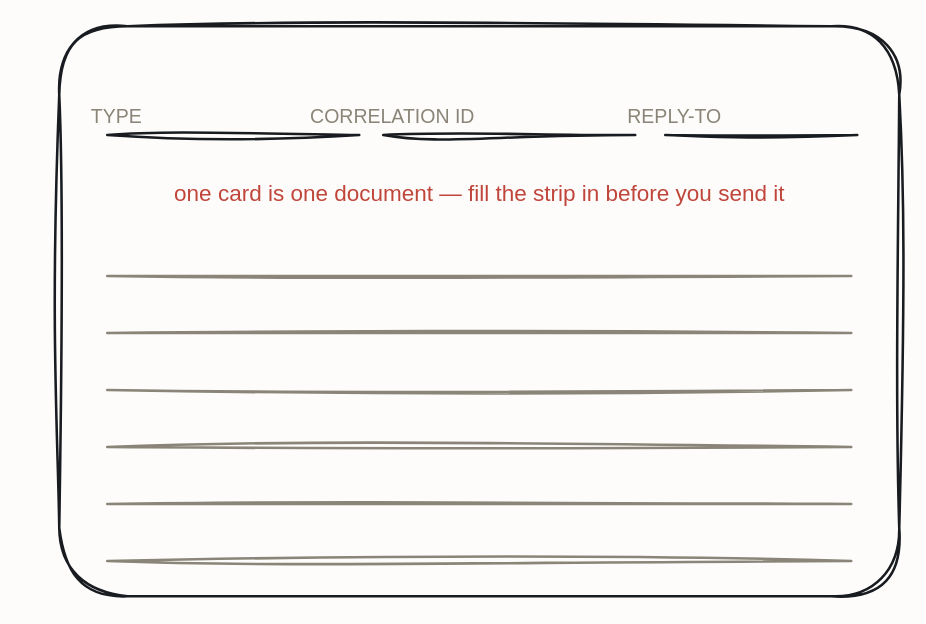
This is resources/paper-document-card.drawio from iancooper/practical-messaging, a draw.io file, before an edit. Source tidied: cells renumbered, new cells numbered last; positions are measured from the earlier drawing's top-left corner, leaving out a move shared by most shapes. Both pictures are drawn from the tidied source at 150%, with x=0, y=0 at pixel (26, 26).
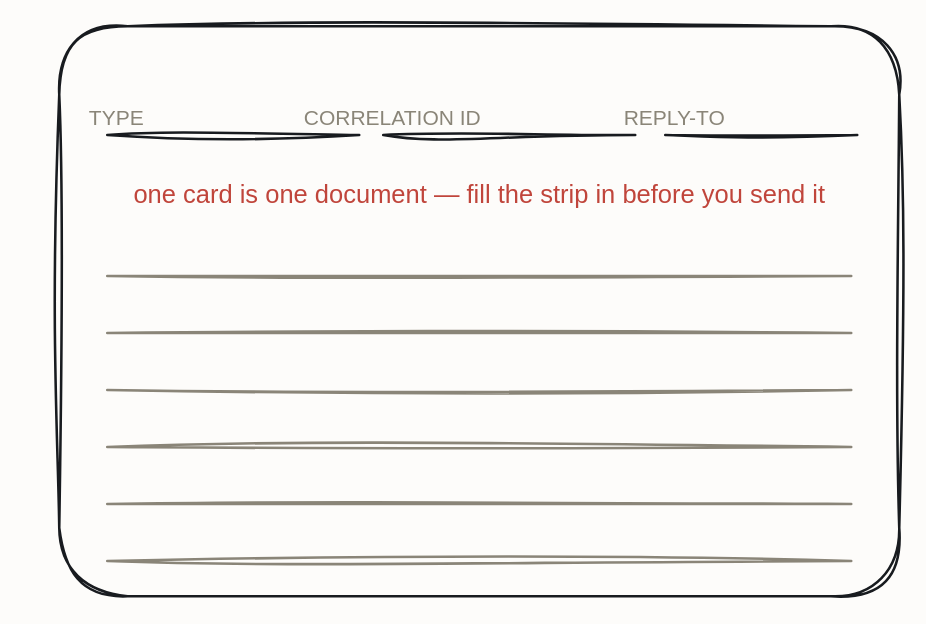
Above is the later version.

The edit, as a diff of the source:
```diff
@@
 <mxGraphModel background="#FDFCFA">
   <root>
     <mxCell id="0" />
     <mxCell id="1" parent="0" />
     <mxCell id="2" style="sketch=1;hachureGap=4;jiggle=2;curveFitting=1;fontFamily=Caveat;html=1;rounded=1;arcSize=12;strokeColor=#181B1F;strokeWidth=1.7;fillColor=none;fontColor=#181B1F;fontSize=15;" parent="1" vertex="1">
       <mxGeometry x="22" width="560" height="380" as="geometry" />
     </mxCell>
-    <mxCell id="3" value="TYPE" style="text;html=1;align=center;fontFamily=Caveat;fontSize=13;fontColor=#8A8578;" parent="1" vertex="1">
+    <mxCell id="3" value="TYPE" style="text;html=1;align=center;fontFamily=Caveat;fontSize=14;fontColor=#8A8578;" parent="1" vertex="1">
       <mxGeometry y="46" width="120" height="20" as="geometry" />
     </mxCell>
     <mxCell id="4" style="sketch=1;hachureGap=4;jiggle=2;curveFitting=1;fontFamily=Caveat;html=1;shape=line;strokeColor=#181B1F;strokeWidth=1.7;fillColor=none;fontColor=#181B1F;fontSize=13;" parent="1" vertex="1">
       <mxGeometry x="54" y="72" width="168" height="1" as="geometry" />
     </mxCell>
-    <mxCell id="5" value="CORRELATION ID" style="text;html=1;align=center;fontFamily=Caveat;fontSize=13;fontColor=#8A8578;" parent="1" vertex="1">
+    <mxCell id="5" value="CORRELATION ID" style="text;html=1;align=center;fontFamily=Caveat;fontSize=14;fontColor=#8A8578;" parent="1" vertex="1">
       <mxGeometry x="184" y="46" width="120" height="20" as="geometry" />
     </mxCell>
     <mxCell id="6" style="sketch=1;hachureGap=4;jiggle=2;curveFitting=1;fontFamily=Caveat;html=1;shape=line;strokeColor=#181B1F;strokeWidth=1.7;fillColor=none;fontColor=#181B1F;fontSize=13;" parent="1" vertex="1">
       <mxGeometry x="238" y="72" width="168" height="1" as="geometry" />
     </mxCell>
-    <mxCell id="7" value="REPLY-TO" style="text;html=1;align=center;fontFamily=Caveat;fontSize=13;fontColor=#8A8578;" parent="1" vertex="1">
+    <mxCell id="7" value="REPLY-TO" style="text;html=1;align=center;fontFamily=Caveat;fontSize=14;fontColor=#8A8578;" parent="1" vertex="1">
       <mxGeometry x="372" y="46" width="120" height="20" as="geometry" />
     </mxCell>
     <mxCell id="8" style="sketch=1;hachureGap=4;jiggle=2;curveFitting=1;fontFamily=Caveat;html=1;shape=line;strokeColor=#181B1F;strokeWidth=1.7;fillColor=none;fontColor=#181B1F;fontSize=13;" parent="1" vertex="1">
       <mxGeometry x="426" y="72" width="128" height="1" as="geometry" />
     </mxCell>
-    <mxCell id="9" value="one card is one document — fill the strip in before you send it" style="text;html=1;align=center;fontFamily=Caveat;fontSize=15;fontColor=#C0453B;" parent="1" vertex="1">
+    <mxCell id="9" value="one card is one document — fill the strip in before you send it" style="text;html=1;align=center;fontFamily=Caveat;fontSize=17;fontColor=#C0453B;" parent="1" vertex="1">
       <mxGeometry x="242" y="96" width="120" height="20" as="geometry" />
     </mxCell>
     <mxCell id="10" style="sketch=1;hachureGap=4;jiggle=2;curveFitting=1;fontFamily=Caveat;html=1;shape=line;strokeColor=#8A8578;strokeWidth=1.7;fillColor=none;fontColor=#8A8578;fontSize=13;" parent="1" vertex="1">
       <mxGeometry x="54" y="166" width="496" height="1" as="geometry" />
     </mxCell>
     <mxCell id="11" style="sketch=1;hachureGap=4;jiggle=2;curveFitting=1;fontFamily=Caveat;html=1;shape=line;strokeColor=#8A8578;strokeWidth=1.7;fillColor=none;fontColor=#8A8578;fontSize=13;" parent="1" vertex="1">
       <mxGeometry x="54" y="204" width="496" height="1" as="geometry" />
     </mxCell>
     <mxCell id="12" style="sketch=1;hachureGap=4;jiggle=2;curveFitting=1;fontFamily=Caveat;html=1;shape=line;strokeColor=#8A8578;strokeWidth=1.7;fillColor=none;fontColor=#8A8578;fontSize=13;" parent="1" vertex="1">
       <mxGeometry x="54" y="242" width="496" height="1" as="geometry" />
     </mxCell>
     <mxCell id="13" style="sketch=1;hachureGap=4;jiggle=2;curveFitting=1;fontFamily=Caveat;html=1;shape=line;strokeColor=#8A8578;strokeWidth=1.7;fillColor=none;fontColor=#8A8578;fontSize=13;" parent="1" vertex="1">
       <mxGeometry x="54" y="280" width="496" height="1" as="geometry" />
     </mxCell>
     <mxCell id="14" style="sketch=1;hachureGap=4;jiggle=2;curveFitting=1;fontFamily=Caveat;html=1;shape=line;strokeColor=#8A8578;strokeWidth=1.7;fillColor=none;fontColor=#8A8578;fontSize=13;" parent="1" vertex="1">
       <mxGeometry x="54" y="318" width="496" height="1" as="geometry" />
     </mxCell>
     <mxCell id="15" style="sketch=1;hachureGap=4;jiggle=2;curveFitting=1;fontFamily=Caveat;html=1;shape=line;strokeColor=#8A8578;strokeWidth=1.7;fillColor=none;fontColor=#8A8578;fontSize=13;" parent="1" vertex="1">
       <mxGeometry x="54" y="356" width="496" height="1" as="geometry" />
     </mxCell>
   </root>
 </mxGraphModel>
```
